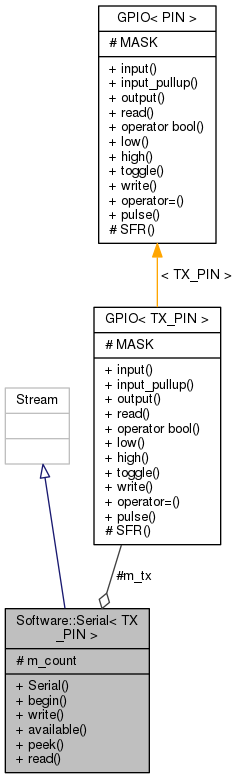
Before: Arduino-GPIO/d7/da2/classSoftware_1_1Serial__coll__graph.png, a diagram exported from Graphviz (mikaelpatel/mikaelpatel.github.io). Its source is kept beside it as Arduino-GPIO/d7/da2/classSoftware_1_1Serial__coll__graph.dot. Source of this version:
```dot
digraph "Software::Serial&lt; TX_PIN &gt;"
{
  edge [fontname="Helvetica",fontsize="10",labelfontname="Helvetica",labelfontsize="10"];
  node [fontname="Helvetica",fontsize="10",shape=record];
  Node1 [label="{Software::Serial\< TX\l_PIN \>\n|# m_count\l|+ Serial()\l+ begin()\l+ write()\l+ available()\l+ peek()\l+ read()\l}",height=0.2,width=0.4,color="black", fillcolor="grey75", style="filled", fontcolor="black"];
  Node2 -> Node1 [dir="back",color="midnightblue",fontsize="10",style="solid",arrowtail="onormal",fontname="Helvetica"];
  Node2 [label="{Stream\n||}",height=0.2,width=0.4,color="grey75", fillcolor="white", style="filled"];
  Node3 -> Node1 [color="grey25",fontsize="10",style="solid",label=" #m_tx" ,arrowhead="odiamond",fontname="Helvetica"];
  Node3 [label="{GPIO\< TX_PIN \>\n|# MASK\l|+ input()\l+ input_pullup()\l+ output()\l+ read()\l+ operator bool()\l+ low()\l+ high()\l+ toggle()\l+ write()\l+ operator=()\l+ pulse()\l# SFR()\l}",height=0.2,width=0.4,color="black", fillcolor="white", style="filled",URL="$d7/dde/classGPIO.html"];
  Node4 -> Node3 [dir="back",color="orange",fontsize="10",style="solid",label=" \< TX_PIN \>" ,fontname="Helvetica"];
  Node4 [label="{GPIO\< PIN \>\n|# MASK\l|+ input()\l+ input_pullup()\l+ output()\l+ read()\l+ operator bool()\l+ low()\l+ high()\l+ toggle()\l+ write()\l+ operator=()\l+ pulse()\l# SFR()\l}",height=0.2,width=0.4,color="black", fillcolor="white", style="filled",URL="$d7/dde/classGPIO.html"];
}
```
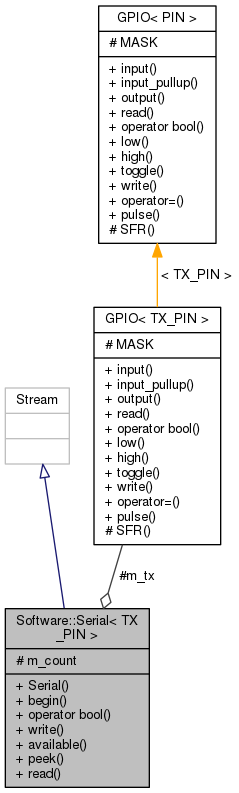
The same diagram one commit later.

Diff of the diagram source:
```diff
@@ -2,7 +2,7 @@
 {
   edge [fontname="Helvetica",fontsize="10",labelfontname="Helvetica",labelfontsize="10"];
   node [fontname="Helvetica",fontsize="10",shape=record];
-  Node1 [label="{Software::Serial\< TX\l_PIN \>\n|# m_count\l|+ Serial()\l+ begin()\l+ write()\l+ available()\l+ peek()\l+ read()\l}",height=0.2,width=0.4,color="black", fillcolor="grey75", style="filled", fontcolor="black"];
+  Node1 [label="{Software::Serial\< TX\l_PIN \>\n|# m_count\l|+ Serial()\l+ begin()\l+ operator bool()\l+ write()\l+ available()\l+ peek()\l+ read()\l}",height=0.2,width=0.4,color="black", fillcolor="grey75", style="filled", fontcolor="black"];
   Node2 -> Node1 [dir="back",color="midnightblue",fontsize="10",style="solid",arrowtail="onormal",fontname="Helvetica"];
   Node2 [label="{Stream\n||}",height=0.2,width=0.4,color="grey75", fillcolor="white", style="filled"];
   Node3 -> Node1 [color="grey25",fontsize="10",style="solid",label=" #m_tx" ,arrowhead="odiamond",fontname="Helvetica"];
```
